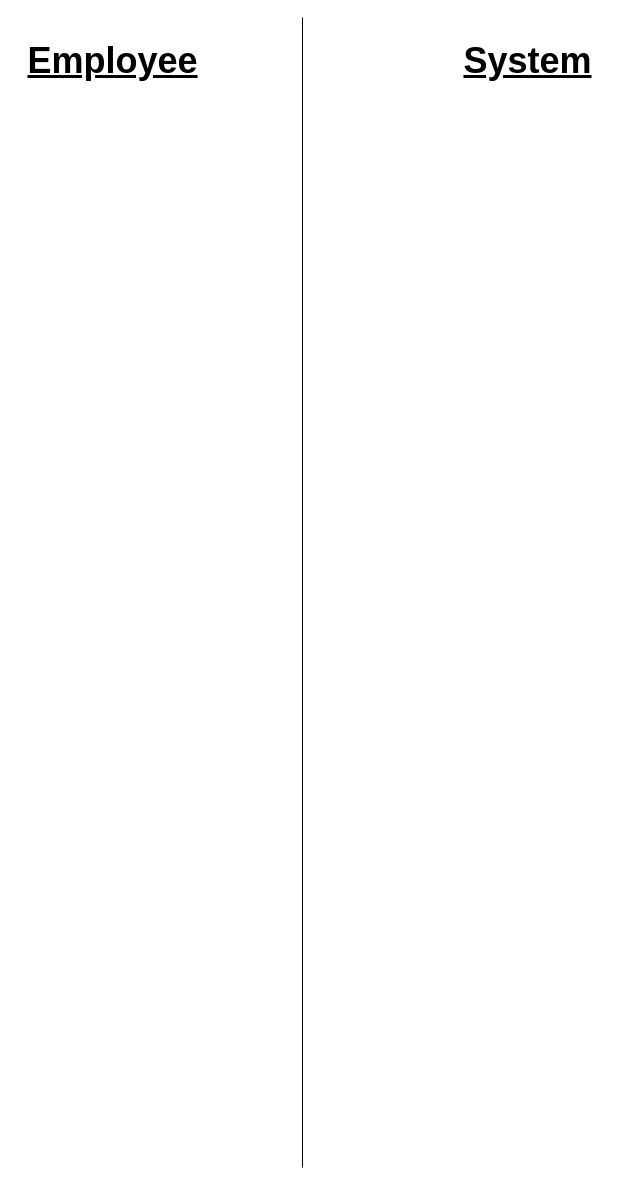
The draw.io diagram createEmployeeRequest.drawio in JRRattle/AdvancedSoftwareProject, before the edit. Source tidied: cells renumbered, new cells numbered last; positions are measured from the earlier drawing's top-left corner, leaving out a move shared by most shapes. Both pictures are drawn from the tidied source at 100%, with x=0, y=0 at pixel (17, 17).
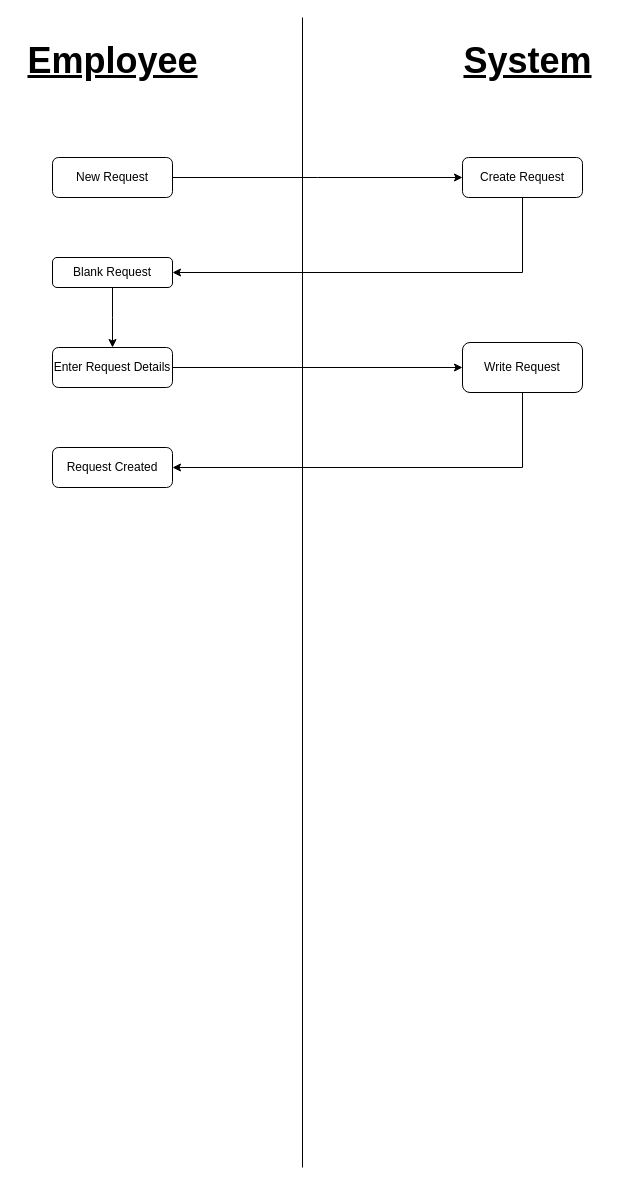
The same page after the edit.

Diff of the diagram source:
```diff
@@
+    <mxCell id="5" style="edgeStyle=orthogonalEdgeStyle;rounded=0;jettySize=auto;html=1;" parent="1" edge="1" source="6">
+      <mxGeometry relative="1" as="geometry">
+        <mxPoint x="445" y="160" as="targetPoint" />
+      </mxGeometry>
+    </mxCell>
+    <mxCell id="6" value="New Request" style="rounded=1;whiteSpace=wrap;html=1;" parent="1" vertex="1">
+      <mxGeometry x="35" y="140" width="120" height="40" as="geometry" />
+    </mxCell>
+    <mxCell id="7" style="edgeStyle=orthogonalEdgeStyle;rounded=0;jettySize=auto;html=1;entryX=1;entryY=0.5;entryDx=0;entryDy=0;" parent="1" edge="1" source="8" target="10">
+      <mxGeometry relative="1" as="geometry">
+        <Array as="points">
+          <mxPoint x="505" y="255" />
+        </Array>
+      </mxGeometry>
+    </mxCell>
+    <mxCell id="8" value="Create Request" style="rounded=1;whiteSpace=wrap;html=1;" parent="1" vertex="1">
+      <mxGeometry x="445" y="140" width="120" height="40" as="geometry" />
+    </mxCell>
+    <mxCell id="9" style="edgeStyle=orthogonalEdgeStyle;rounded=0;jettySize=auto;html=1;exitX=0.5;exitY=1;exitDx=0;exitDy=0;" parent="1" edge="1" source="10">
+      <mxGeometry relative="1" as="geometry">
+        <mxPoint x="95" y="330" as="targetPoint" />
+      </mxGeometry>
+    </mxCell>
+    <mxCell id="10" value="Blank Request" style="rounded=1;whiteSpace=wrap;html=1;" parent="1" vertex="1">
+      <mxGeometry x="35" y="240" width="120" height="30" as="geometry" />
+    </mxCell>
+    <mxCell id="11" value="Enter Request Details" style="rounded=1;whiteSpace=wrap;html=1;" parent="1" vertex="1">
+      <mxGeometry x="35" y="330" width="120" height="40" as="geometry" />
+    </mxCell>
+    <mxCell id="12" style="endArrow=classic;html=1;rounded=0;exitX=1;exitY=0.5;exitDx=0;exitDy=0;entryX=0;entryY=0.5;entryDx=0;entryDy=0;" parent="1" edge="1" source="11" target="14">
+      <mxGeometry relative="1" as="geometry" />
+    </mxCell>
+    <mxCell id="13" style="edgeStyle=orthogonalEdgeStyle;rounded=0;jettySize=auto;html=1;exitX=0.5;exitY=1;exitDx=0;exitDy=0;" parent="1" edge="1" source="14">
+      <mxGeometry relative="1" as="geometry">
+        <mxPoint x="155" y="450" as="targetPoint" />
+        <Array as="points">
+          <mxPoint x="505" y="450" />
+        </Array>
+      </mxGeometry>
+    </mxCell>
+    <mxCell id="14" value="Write Request" style="rounded=1;whiteSpace=wrap;html=1;" parent="1" vertex="1">
+      <mxGeometry x="445" y="325" width="120" height="50" as="geometry" />
+    </mxCell>
+    <mxCell id="15" value="Request Created" style="rounded=1;whiteSpace=wrap;html=1;" parent="1" vertex="1">
+      <mxGeometry x="35" y="430" width="120" height="40" as="geometry" />
+    </mxCell>
```
